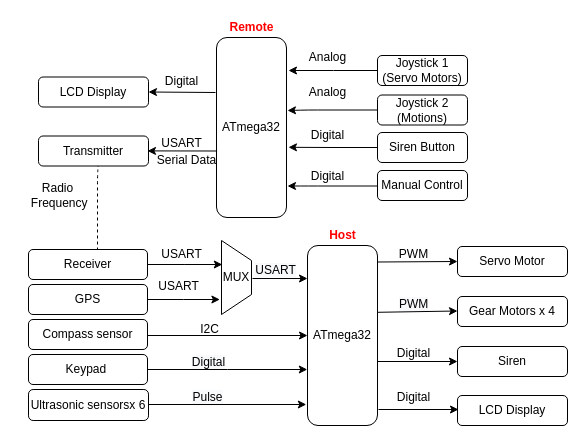
The draw.io diagram Docs/Interim/System Diagram.drawio in DasuRathnayaka/L1-Hardware-Project, before the edit. Source tidied: cells renumbered, new cells numbered last; positions are measured from the earlier drawing's top-left corner, leaving out a move shared by most shapes. Both pictures are drawn from the tidied source at 100%, with x=0, y=0 at pixel (17, 17).
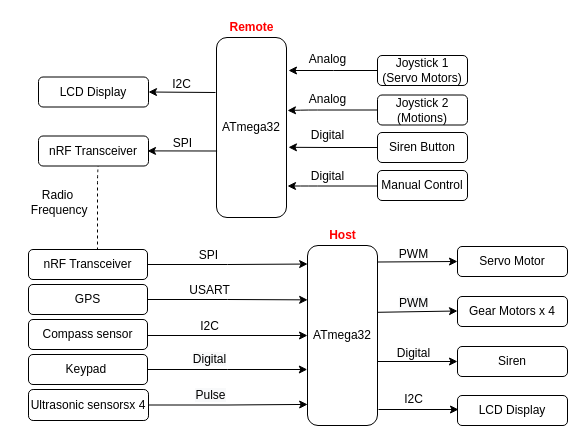
After the change.

Commit message (it also covers changes not shown here):
modified system diagram

Unchanged cells that the change refers to:
```xml
<mxCell id="16" value="ATmega32" style="whiteSpace=wrap;html=1;direction=south;rounded=1;" parent="1" vertex="1">
  <mxGeometry x="290" y="228" width="70" height="180" as="geometry" />
</mxCell>
<mxCell id="22" value="GPS" style="whiteSpace=wrap;html=1;rounded=1;" parent="1" vertex="1">
  <mxGeometry x="11" y="267" width="119" height="30" as="geometry" />
</mxCell>
```

Diff of the diagram source:
```diff
@@
-    <mxCell id="8" value="Transmitter" style="whiteSpace=wrap;html=1;rounded=1;" parent="1" vertex="1">
+    <mxCell id="8" value="nRF Transceiver" style="whiteSpace=wrap;html=1;rounded=1;" parent="1" vertex="1">
       <mxGeometry x="21" y="118.5" width="110" height="30" as="geometry" />
     </mxCell>
     <mxCell id="9" value="Analog" style="text;html=1;align=center;verticalAlign=middle;strokeColor=none;fillColor=none;rounded=1;" parent="1" vertex="1">
-      <mxGeometry x="285" y="29.5" width="50" height="20" as="geometry" />
+      <mxGeometry x="285" y="31.5" width="50" height="20" as="geometry" />
     </mxCell>
     <mxCell id="10" value="Analog" style="text;html=1;align=center;verticalAlign=middle;strokeColor=none;fillColor=none;rounded=1;" parent="1" vertex="1">
-      <mxGeometry x="285" y="64.5" width="50" height="20" as="geometry" />
+      <mxGeometry x="285" y="71.5" width="50" height="20" as="geometry" />
     </mxCell>
-    <mxCell id="11" value="Serial Data" style="text;html=1;align=center;verticalAlign=middle;strokeColor=none;fillColor=none;rounded=1;" parent="1" vertex="1">
-      <mxGeometry x="134" y="133" width="70" height="20" as="geometry" />
-    </mxCell>
@@
     <mxCell id="13" value="Radio&lt;br&gt;&amp;nbsp;Frequency" style="text;html=1;align=center;verticalAlign=middle;strokeColor=none;fillColor=none;rounded=1;" parent="1" vertex="1">
-      <mxGeometry y="163" width="80" height="30" as="geometry" />
+      <mxGeometry y="170" width="80" height="30" as="geometry" />
     </mxCell>
-    <mxCell id="14" style="edgeStyle=orthogonalEdgeStyle;rounded=0;jettySize=auto;html=1;exitX=1;exitY=0.5;exitDx=0;exitDy=0;" parent="1" edge="1" source="15">
-      <mxGeometry relative="1" as="geometry">
-        <mxPoint x="204.8" y="247" as="targetPoint" />
-      </mxGeometry>
+    <mxCell id="14" style="edgeStyle=orthogonalEdgeStyle;rounded=0;jettySize=auto;html=1;exitX=1;exitY=0.5;exitDx=0;exitDy=0;entryX=0.103;entryY=0.998;entryDx=0;entryDy=0;entryPerimeter=0;" parent="1" edge="1" source="15" target="16">
+      <mxGeometry relative="1" as="geometry" />
     </mxCell>
-    <mxCell id="15" value="Receiver" style="whiteSpace=wrap;html=1;rounded=1;" parent="1" vertex="1">
+    <mxCell id="15" value="nRF Transceiver" style="whiteSpace=wrap;html=1;rounded=1;" parent="1" vertex="1">
       <mxGeometry x="11" y="232" width="119" height="30" as="geometry" />
     </mxCell>
@@
-    <mxCell id="18" value="&lt;font color=&quot;#000000&quot;&gt;USART&lt;/font&gt;" style="text;html=1;align=center;verticalAlign=middle;strokeColor=none;fillColor=none;rounded=1;" parent="1" vertex="1">
-      <mxGeometry x="134" y="227" width="60" height="20" as="geometry" />
+    <mxCell id="18" value="&lt;font color=&quot;#000000&quot;&gt;SPI&lt;/font&gt;" style="text;html=1;align=center;verticalAlign=middle;strokeColor=none;fillColor=none;rounded=1;" parent="1" vertex="1">
+      <mxGeometry x="176" y="229" width="29" height="18" as="geometry" />
     </mxCell>
@@
-    <mxCell id="21" style="edgeStyle=orthogonalEdgeStyle;rounded=0;jettySize=auto;html=1;exitX=1;exitY=0.5;exitDx=0;exitDy=0;" parent="1" edge="1" source="22">
-      <mxGeometry relative="1" as="geometry">
-        <mxPoint x="202.4" y="282" as="targetPoint" />
-      </mxGeometry>
+    <mxCell id="21" style="edgeStyle=orthogonalEdgeStyle;rounded=0;jettySize=auto;html=1;exitX=1;exitY=0.5;exitDx=0;exitDy=0;entryX=0.302;entryY=0.998;entryDx=0;entryDy=0;entryPerimeter=0;" parent="1" edge="1" source="22" target="16">
+      <mxGeometry relative="1" as="geometry" />
     </mxCell>
@@
     <mxCell id="23" value="USART" style="text;html=1;align=center;verticalAlign=middle;strokeColor=none;fillColor=none;rounded=1;" parent="1" vertex="1">
-      <mxGeometry x="131" y="259" width="60" height="20" as="geometry" />
+      <mxGeometry x="162" y="263" width="60" height="20" as="geometry" />
     </mxCell>
@@
     <mxCell id="28" value="&lt;span style=&quot;color: rgb(0, 0, 0); font-family: helvetica; font-size: 12px; font-style: normal; font-weight: 400; letter-spacing: normal; text-align: center; text-indent: 0px; text-transform: none; word-spacing: 0px; background-color: rgb(248, 249, 250); display: inline; float: none;&quot;&gt;PWM&lt;/span&gt;" style="text;whiteSpace=wrap;html=1;rounded=1;" parent="1" vertex="1">
-      <mxGeometry x="379.8" y="273" width="32.5" height="20" as="geometry" />
+      <mxGeometry x="379.8" y="272" width="32.5" height="20" as="geometry" />
     </mxCell>
@@
-    <mxCell id="30" value="MUX" style="shape=trapezoid;perimeter=trapezoidPerimeter;whiteSpace=wrap;html=1;fixedSize=1;direction=south;" parent="1" vertex="1">
-      <mxGeometry x="204" y="223" width="30" height="74" as="geometry" />
-    </mxCell>
-    <mxCell id="31" value="&lt;span style=&quot;color: rgb(0, 0, 0); font-family: helvetica; font-size: 12px; font-style: normal; font-weight: 400; letter-spacing: normal; text-indent: 0px; text-transform: none; word-spacing: 0px; background-color: rgb(248, 249, 250); display: inline; float: none;&quot;&gt;USART&lt;/span&gt;" style="text;whiteSpace=wrap;html=1;align=center;verticalAlign=middle;" parent="1" vertex="1">
-      <mxGeometry x="236" y="244" width="45" height="17" as="geometry" />
-    </mxCell>
@@
     <mxCell id="33" value="&lt;span style=&quot;color: rgb(0, 0, 0); font-family: helvetica; font-size: 12px; font-style: normal; font-weight: 400; letter-spacing: normal; text-indent: 0px; text-transform: none; word-spacing: 0px; background-color: rgb(248, 249, 250); display: inline; float: none;&quot;&gt;Digital&lt;/span&gt;" style="text;whiteSpace=wrap;html=1;align=center;verticalAlign=middle;" parent="1" vertex="1">
-      <mxGeometry x="174" y="339" width="35" height="11" as="geometry" />
+      <mxGeometry x="175" y="336" width="35" height="11" as="geometry" />
     </mxCell>
@@
-    <mxCell id="35" value="Digital" style="text;html=1;align=center;verticalAlign=middle;strokeColor=none;fillColor=none;rounded=1;" parent="1" vertex="1">
-      <mxGeometry x="371" y="370" width="50" height="20" as="geometry" />
+    <mxCell id="35" value="I2C" style="text;html=1;align=center;verticalAlign=middle;strokeColor=none;fillColor=none;rounded=1;" parent="1" vertex="1">
+      <mxGeometry x="382" y="373" width="28" height="18" as="geometry" />
     </mxCell>
-    <mxCell id="36" style="endArrow=classic;html=1;rounded=0;entryX=0.5;entryY=1;entryDx=0;entryDy=0;" parent="1" edge="1">
-      <mxGeometry relative="1" as="geometry">
-        <mxPoint x="235" y="261" as="sourcePoint" />
-        <mxPoint x="290" y="261" as="targetPoint" />
-      </mxGeometry>
-    </mxCell>
-    <mxCell id="37" value="Ultrasonic sensorsx 6" style="whiteSpace=wrap;html=1;rounded=1;" parent="1" vertex="1">
+    <mxCell id="37" value="Ultrasonic sensorsx 4" style="whiteSpace=wrap;html=1;rounded=1;" parent="1" vertex="1">
       <mxGeometry x="11" y="372" width="120" height="31" as="geometry" />
     </mxCell>
     <mxCell id="38" value="&lt;span style=&quot;color: rgb(0 , 0 , 0) ; font-family: &amp;#34;helvetica&amp;#34; ; font-size: 12px ; font-style: normal ; font-weight: 400 ; letter-spacing: normal ; text-indent: 0px ; text-transform: none ; word-spacing: 0px ; background-color: rgb(248 , 249 , 250) ; display: inline ; float: none&quot;&gt;Pulse&lt;/span&gt;" style="text;whiteSpace=wrap;html=1;align=center;verticalAlign=middle;" parent="1" vertex="1">
-      <mxGeometry x="173" y="374" width="35" height="11" as="geometry" />
+      <mxGeometry x="176" y="372.5" width="35" height="11" as="geometry" />
     </mxCell>
@@
-    <mxCell id="40" style="edgeStyle=orthogonalEdgeStyle;rounded=0;jettySize=auto;html=1;entryX=0.772;entryY=1.003;entryDx=0;entryDy=0;entryPerimeter=0;" parent="1" edge="1" source="37">
-      <mxGeometry relative="1" as="geometry">
-        <mxPoint x="288.8" y="387" as="targetPoint" />
-      </mxGeometry>
+    <mxCell id="40" style="edgeStyle=orthogonalEdgeStyle;rounded=0;jettySize=auto;html=1;entryX=0.883;entryY=0.998;entryDx=0;entryDy=0;entryPerimeter=0;" parent="1" edge="1" source="37" target="16">
+      <mxGeometry relative="1" as="geometry" />
     </mxCell>
@@
-    <mxCell id="52" value="Digital" style="text;html=1;align=center;verticalAlign=middle;strokeColor=none;fillColor=none;rounded=1;" parent="1" vertex="1">
-      <mxGeometry x="142" y="55" width="44" height="18" as="geometry" />
+    <mxCell id="52" value="I2C" style="text;html=1;align=center;verticalAlign=middle;strokeColor=none;fillColor=none;rounded=1;" parent="1" vertex="1">
+      <mxGeometry x="150" y="58" width="28" height="18" as="geometry" />
     </mxCell>
-    <mxCell id="53" value="USART" style="text;html=1;align=center;verticalAlign=middle;strokeColor=none;fillColor=none;rounded=1;" parent="1" vertex="1">
-      <mxGeometry x="134" y="116" width="60" height="20" as="geometry" />
+    <mxCell id="53" value="SPI" style="text;html=1;align=center;verticalAlign=middle;strokeColor=none;fillColor=none;rounded=1;" parent="1" vertex="1">
+      <mxGeometry x="150" y="117" width="29" height="18" as="geometry" />
     </mxCell>
@@
     <mxCell id="56" value="I2C" style="text;html=1;align=center;verticalAlign=middle;strokeColor=none;fillColor=none;" parent="1" vertex="1">
-      <mxGeometry x="178" y="303" width="28" height="18" as="geometry" />
+      <mxGeometry x="178" y="300" width="28" height="18" as="geometry" />
     </mxCell>
```
